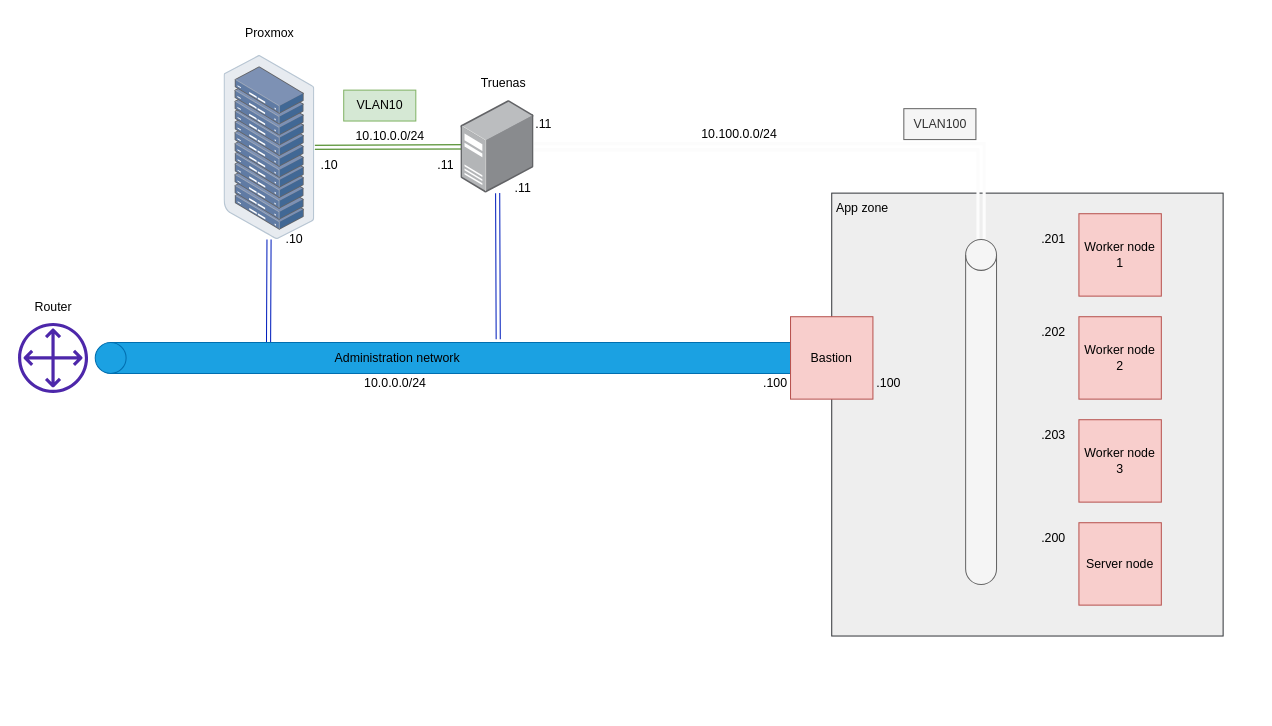
NicolasBoulard/terramox keeps this draw.io diagram as docs/terramox.drawio. Above is the earlier version. Source tidied: cells renumbered, new cells numbered last; positions are measured from the earlier drawing's top-left corner, leaving out a move shared by most shapes. Both pictures are drawn from the tidied source at 103%, with x=0, y=0 at pixel (18, 1).
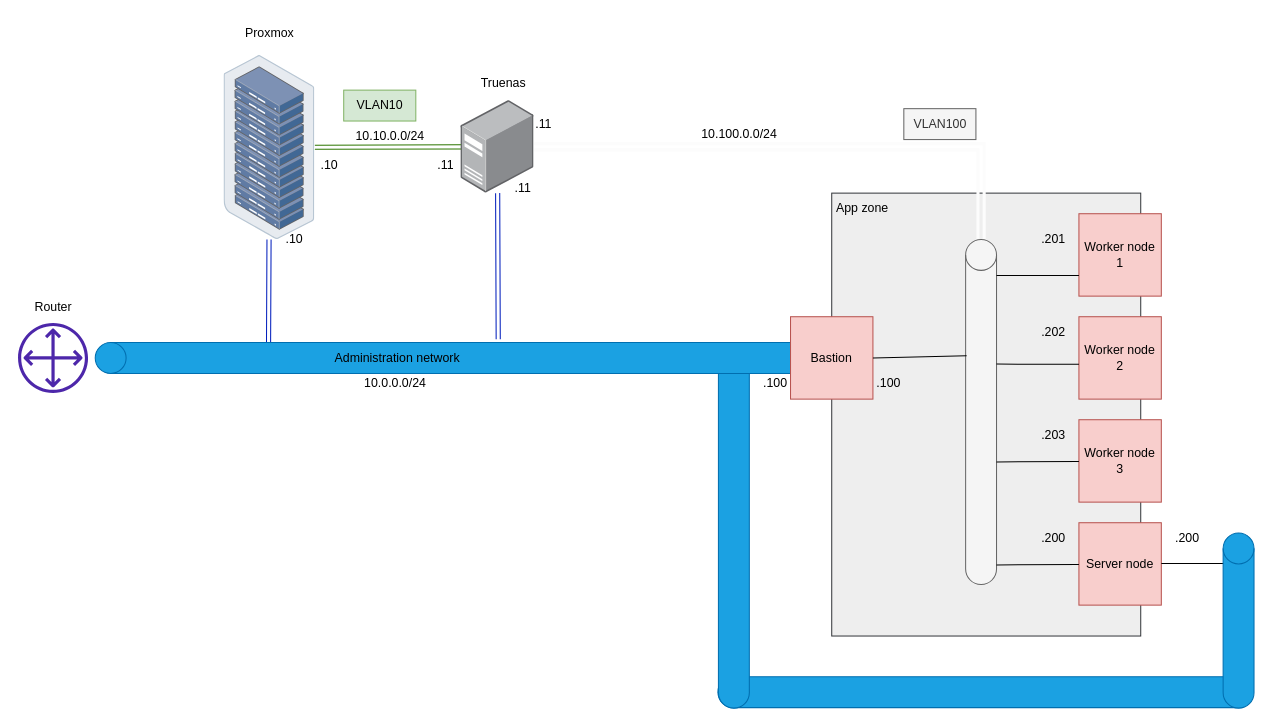
After the change.

Unchanged cells that the change refers to:
```xml
<mxCell id="20" value="Worker node 1" style="whiteSpace=wrap;html=1;fillColor=#f8cecc;strokeColor=#b85450;" parent="1" vertex="1">
  <mxGeometry x="1030" y="206" width="80" height="80" as="geometry" />
</mxCell>
<mxCell id="21" value="Bastion" style="whiteSpace=wrap;html=1;fillColor=#f8cecc;strokeColor=#b85450;" parent="1" vertex="1">
  <mxGeometry x="750" y="306" width="80" height="80" as="geometry" />
</mxCell>
<mxCell id="35" style="shape=cylinder3;whiteSpace=wrap;html=1;boundedLbl=1;backgroundOutline=1;size=15;rotation=0;fillColor=#f5f5f5;fontColor=#333333;strokeColor=#666666;" parent="1" vertex="1">
  <mxGeometry x="920" y="231" width="30" height="335" as="geometry" />
</mxCell>
```

What changed in the source:
```diff
@@
+    <mxCell id="39" style="shape=cylinder3;whiteSpace=wrap;html=1;boundedLbl=1;backgroundOutline=1;size=15;rotation=-90;fillColor=#1ba1e2;fontColor=#ffffff;strokeColor=#006EAF;" parent="1" vertex="1">
+      <mxGeometry x="923" y="412" width="30" height="517" as="geometry" />
+    </mxCell>
+    <mxCell id="40" style="shape=cylinder3;whiteSpace=wrap;html=1;boundedLbl=1;backgroundOutline=1;size=15;rotation=0;fillColor=#1ba1e2;fontColor=#ffffff;strokeColor=#006EAF;" parent="1" vertex="1">
+      <mxGeometry x="680" y="331" width="30" height="355" as="geometry" />
+    </mxCell>
@@
     <mxCell id="15" style="rounded=0;whiteSpace=wrap;html=1;fillColor=#eeeeee;strokeColor=#36393d;" parent="1" vertex="1">
-      <mxGeometry x="790" y="186" width="380" height="430" as="geometry" />
+      <mxGeometry x="790" y="186" width="300" height="430" as="geometry" />
     </mxCell>
@@
+    <mxCell id="41" style="endArrow=none;html=1;rounded=0;entryX=0;entryY=0.75;entryDx=0;entryDy=0;" parent="1" edge="1" target="20">
+      <mxGeometry relative="1" as="geometry">
+        <mxPoint x="950" y="266" as="sourcePoint" />
+      </mxGeometry>
+    </mxCell>
+    <mxCell id="42" style="endArrow=none;html=1;rounded=0;entryX=0;entryY=0.75;entryDx=0;entryDy=0;" parent="1" edge="1">
+      <mxGeometry relative="1" as="geometry">
+        <mxPoint x="950" y="352" as="sourcePoint" />
+        <mxPoint x="1030" y="352.2" as="targetPoint" />
+      </mxGeometry>
+    </mxCell>
+    <mxCell id="43" style="endArrow=none;html=1;rounded=0;entryX=0;entryY=0.75;entryDx=0;entryDy=0;" parent="1" edge="1">
+      <mxGeometry relative="1" as="geometry">
+        <mxPoint x="950" y="447" as="sourcePoint" />
+        <mxPoint x="1030" y="446.5" as="targetPoint" />
+      </mxGeometry>
+    </mxCell>
+    <mxCell id="44" style="endArrow=none;html=1;rounded=0;entryX=0;entryY=0.75;entryDx=0;entryDy=0;" parent="1" edge="1">
+      <mxGeometry relative="1" as="geometry">
+        <mxPoint x="950" y="547" as="sourcePoint" />
+        <mxPoint x="1030" y="546.5" as="targetPoint" />
+      </mxGeometry>
+    </mxCell>
+    <mxCell id="45" style="endArrow=none;html=1;rounded=0;entryX=0.033;entryY=0.337;entryDx=0;entryDy=0;exitX=1;exitY=0.5;exitDx=0;exitDy=0;entryPerimeter=0;" parent="1" edge="1" source="21" target="35">
+      <mxGeometry relative="1" as="geometry" />
+    </mxCell>
+    <mxCell id="46" style="endArrow=none;html=1;rounded=0;entryX=0;entryY=0.75;entryDx=0;entryDy=0;" parent="1" edge="1">
+      <mxGeometry relative="1" as="geometry">
+        <mxPoint x="1110" y="545.5" as="sourcePoint" />
+        <mxPoint x="1190" y="545.5" as="targetPoint" />
+      </mxGeometry>
+    </mxCell>
+    <mxCell id="47" style="shape=cylinder3;whiteSpace=wrap;html=1;boundedLbl=1;backgroundOutline=1;size=15;rotation=0;fillColor=#1ba1e2;fontColor=#ffffff;strokeColor=#006EAF;" parent="1" vertex="1">
+      <mxGeometry x="1170" y="516" width="30" height="170" as="geometry" />
+    </mxCell>
+    <mxCell id="48" value=".200" style="text;html=1;align=center;verticalAlign=middle;strokeColor=none;fillColor=none;" parent="1" vertex="1">
+      <mxGeometry x="1110" y="506" width="50" height="30" as="geometry" />
+    </mxCell>
```
